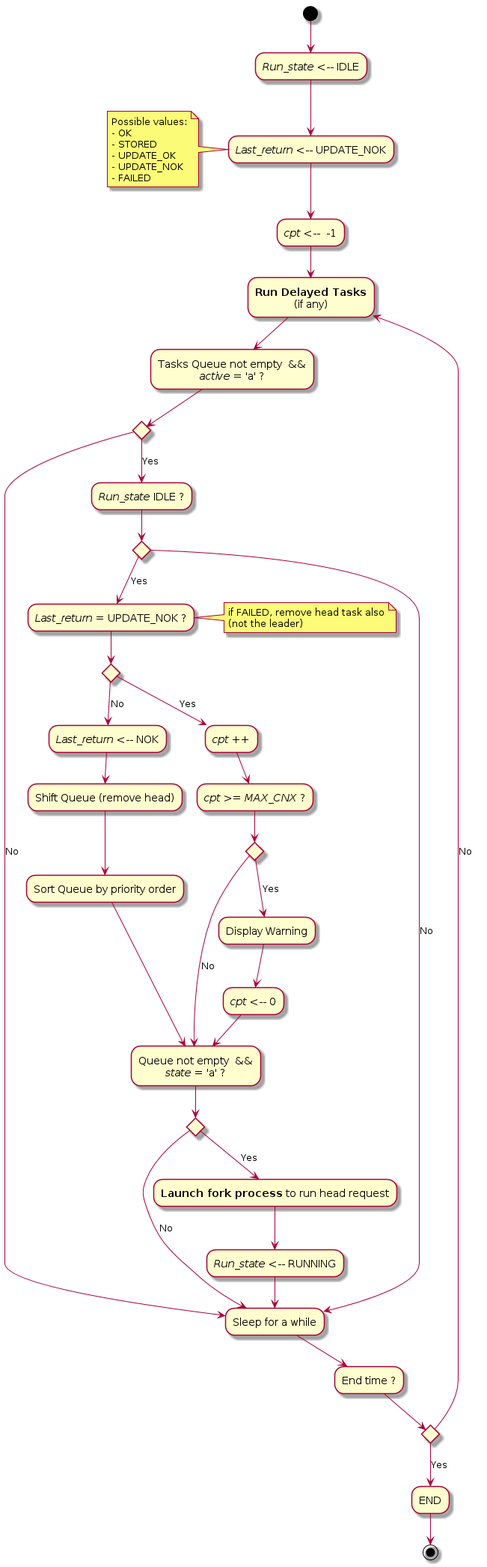
The PlantUML diagram doc/UML/Algo_run_tasks_queue.png in tof25/DST, before a commit.
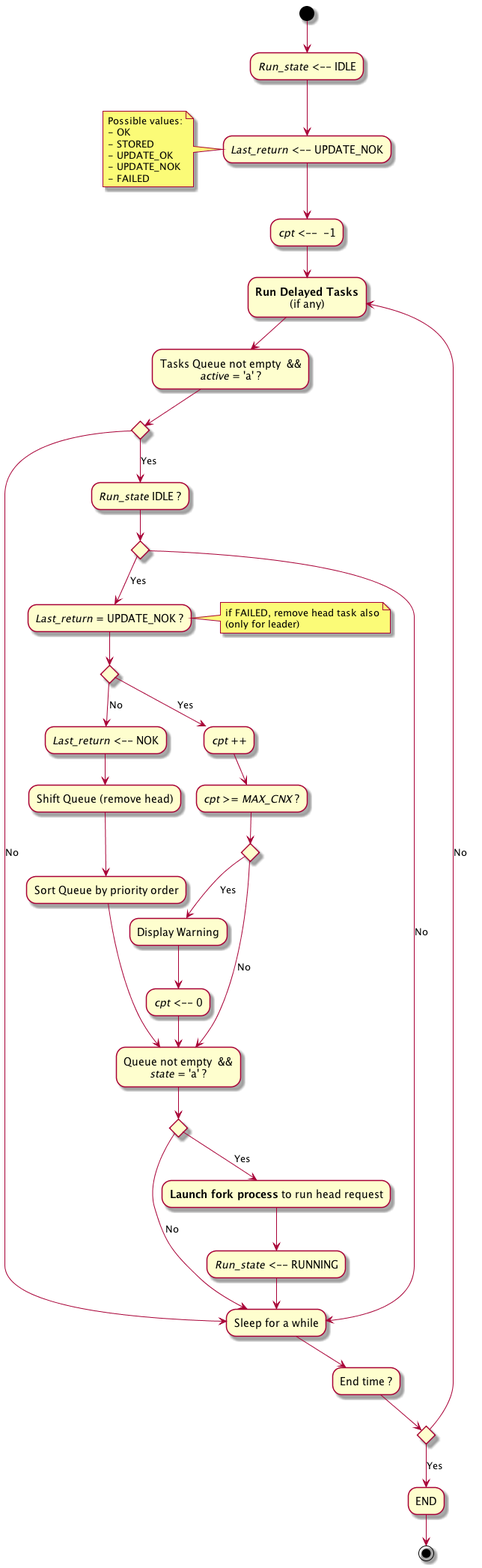
Above is the later version.

What changed in the source:
```diff
@@ -28,7 +28,7 @@
     -->[Yes] "<i>Run_state</i> IDLE ?"
     if "" then
         -->[Yes] "<i>Last_return</i> = UPDATE_NOK ?"
-        note right : if FAILED, remove head task also\n(not the leader)
+        note right : if FAILED, remove head task also\n(only for leader)
         if "" then
             -->[No] "<i>Last_return</i> <-- NOK"
             --> "Shift Queue (remove head)" as q3
```
